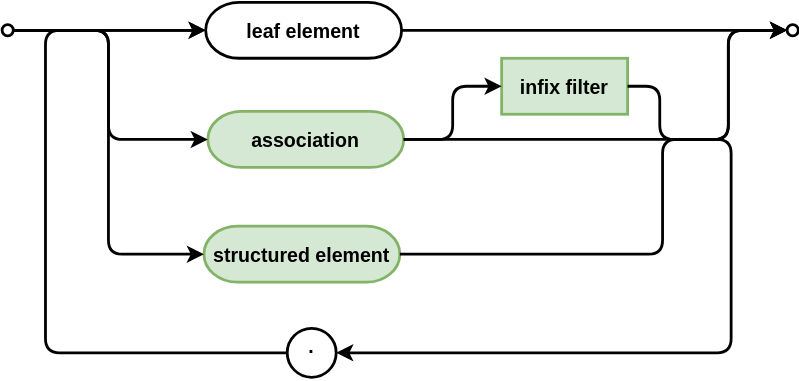
This is cds/assets/cxl/ref.drawio.svg from capire/docs, a draw.io export, as it was before one commit. Source tidied: cells renumbered, new cells last; positions are measured from the earlier drawing's top-left corner, leaving out a move shared by most shapes.
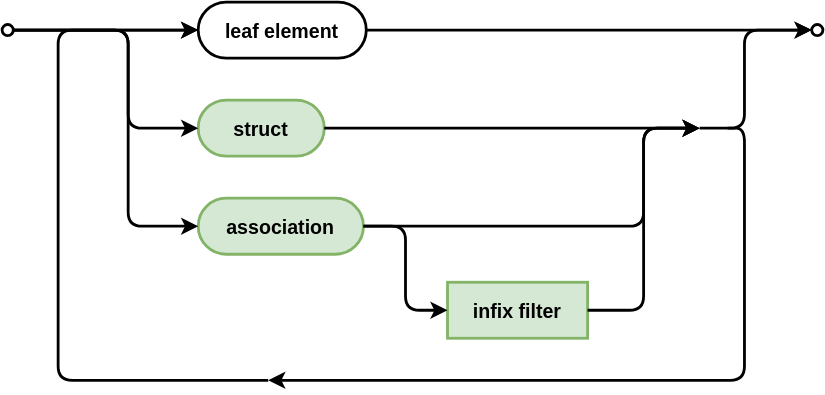
Above is the later version.

Commit message:
polished syntax diagram

The edit, as a diff of the source:
```diff
@@ -6,86 +6,89 @@
       <mxGeometry relative="1" as="geometry" />
     </mxCell>
     <mxCell id="3" style="ellipse;whiteSpace=wrap;html=1;strokeWidth=2;fontSize=14;verticalAlign=bottom;fontStyle=1;textDirection=ltr;" parent="1" vertex="1">
-      <mxGeometry y="16" width="8" height="8" as="geometry" />
+      <mxGeometry x="-95" y="-28" width="8" height="8" as="geometry" />
     </mxCell>
-    <mxCell id="4" style="ellipse;whiteSpace=wrap;html=1;strokeWidth=2;fontSize=14;verticalAlign=bottom;fontStyle=1;textDirection=ltr;" parent="1" vertex="1">
-      <mxGeometry x="561" y="16" width="8" height="8" as="geometry" />
-    </mxCell>
     <mxCell id="5" style="edgeStyle=elbowEdgeStyle;html=1;labelBackgroundColor=none;rounded=1;elbow=horizontal;endArrow=classic;endFill=1;align=left;exitX=1;exitY=0.5;exitDx=0;exitDy=0;entryX=0;entryY=0.5;entryDx=0;entryDy=0;strokeWidth=2;fontSize=14;verticalAlign=bottom;fontStyle=1;textDirection=ltr;" parent="1" edge="1" source="6" target="4">
       <mxGeometry relative="1" as="geometry" />
     </mxCell>
     <object id="6" label="leaf element" placeholders="1">
-      <mxCell style="align=center;newEdgeStyle={&quot;edgeStyle&quot;:&quot;entityRelationEdgeStyle&quot;,&quot;startArrow&quot;:&quot;none&quot;,&quot;endArrow&quot;:&quot;none&quot;,&quot;segment&quot;:10,&quot;curved&quot;:1,&quot;sourcePerimeterSpacing&quot;:0,&quot;targetPerimeterSpacing&quot;:0};strokeWidth=2;fontSize=14;verticalAlign=middle;fontStyle=1;textDirection=ltr;spacing=4;rounded=1;arcSize=60;" parent="1" vertex="1">
-        <mxGeometry x="145.5" width="140" height="40" as="geometry" />
+      <mxCell style="align=center;newEdgeStyle={&quot;edgeStyle&quot;:&quot;entityRelationEdgeStyle&quot;,&quot;startArrow&quot;:&quot;none&quot;,&quot;endArrow&quot;:&quot;none&quot;,&quot;segment&quot;:10,&quot;curved&quot;:1,&quot;sourcePerimeterSpacing&quot;:0,&quot;targetPerimeterSpacing&quot;:0};strokeWidth=2;fontSize=14;verticalAlign=middle;fontStyle=1;textDirection=ltr;spacing=4;rounded=1;arcSize=50;" parent="1" vertex="1">
+        <mxGeometry x="45" y="-44" width="120" height="40" as="geometry" />
       </mxCell>
     </object>
-    <mxCell id="7" value="structured element" style="align=center;newEdgeStyle={&quot;edgeStyle&quot;:&quot;entityRelationEdgeStyle&quot;,&quot;startArrow&quot;:&quot;none&quot;,&quot;endArrow&quot;:&quot;none&quot;,&quot;segment&quot;:10,&quot;curved&quot;:1,&quot;sourcePerimeterSpacing&quot;:0,&quot;targetPerimeterSpacing&quot;:0};fontStyle=1;verticalAlign=middle;fontSize=14;textDirection=ltr;strokeWidth=2;fillColor=#d5e8d4;strokeColor=#82b366;rounded=1;arcSize=60;" parent="1" vertex="1">
-      <mxGeometry x="144.2" y="160" width="140" height="40" as="geometry" />
+    <mxCell id="7" value="struct" style="align=center;newEdgeStyle={&quot;edgeStyle&quot;:&quot;entityRelationEdgeStyle&quot;,&quot;startArrow&quot;:&quot;none&quot;,&quot;endArrow&quot;:&quot;none&quot;,&quot;segment&quot;:10,&quot;curved&quot;:1,&quot;sourcePerimeterSpacing&quot;:0,&quot;targetPerimeterSpacing&quot;:0};fontStyle=1;verticalAlign=middle;fontSize=14;textDirection=ltr;strokeWidth=2;fillColor=#d5e8d4;strokeColor=#82b366;rounded=1;arcSize=50;" parent="1" vertex="1">
+      <mxGeometry x="45" y="26" width="90" height="40" as="geometry" />
     </mxCell>
-    <mxCell id="8" value="association" style="align=center;newEdgeStyle={&quot;edgeStyle&quot;:&quot;entityRelationEdgeStyle&quot;,&quot;startArrow&quot;:&quot;none&quot;,&quot;endArrow&quot;:&quot;none&quot;,&quot;segment&quot;:10,&quot;curved&quot;:1,&quot;sourcePerimeterSpacing&quot;:0,&quot;targetPerimeterSpacing&quot;:0};fontStyle=1;verticalAlign=middle;fontSize=14;textDirection=ltr;strokeWidth=2;fillColor=#d5e8d4;strokeColor=#82b366;rounded=1;arcSize=60;" parent="1" vertex="1">
-      <mxGeometry x="147" y="78" width="140" height="40" as="geometry" />
+    <mxCell id="8" value="association" style="align=center;newEdgeStyle={&quot;edgeStyle&quot;:&quot;entityRelationEdgeStyle&quot;,&quot;startArrow&quot;:&quot;none&quot;,&quot;endArrow&quot;:&quot;none&quot;,&quot;segment&quot;:10,&quot;curved&quot;:1,&quot;sourcePerimeterSpacing&quot;:0,&quot;targetPerimeterSpacing&quot;:0};fontStyle=1;verticalAlign=middle;fontSize=14;textDirection=ltr;strokeWidth=2;fillColor=#d5e8d4;strokeColor=#82b366;rounded=1;arcSize=50;" parent="1" vertex="1">
+      <mxGeometry x="45" y="96" width="118" height="40" as="geometry" />
     </mxCell>
     <mxCell id="9" value="infix filter" style="rounded=0;strokeWidth=2;arcSize=37;fontStyle=1;verticalAlign=middle;fontSize=14;textDirection=ltr;fillColor=#d5e8d4;strokeColor=#82b366;" parent="1" vertex="1">
-      <mxGeometry x="357" y="40" width="90" height="40" as="geometry" />
+      <mxGeometry x="223" y="156" width="100" height="40" as="geometry" />
     </mxCell>
-    <mxCell id="10" style="edgeStyle=orthogonalEdgeStyle;rounded=1;jettySize=auto;exitX=1;exitY=0.5;exitDx=0;exitDy=0;startArrow=none;startFill=0;endArrow=classic;endFill=1;startSize=6;endSize=6;align=center;fontSize=12;labelBackgroundColor=none;entryX=0;entryY=0.5;entryDx=0;entryDy=0;strokeWidth=2;verticalAlign=bottom;" parent="1" edge="1" source="9" target="4">
-      <mxGeometry relative="1" as="geometry">
-        <Array as="points">
-          <mxPoint x="470" y="60" />
-          <mxPoint x="470" y="98" />
-          <mxPoint x="519" y="98" />
-          <mxPoint x="519" y="20" />
-        </Array>
-      </mxGeometry>
-    </mxCell>
-    <mxCell id="11" style="edgeStyle=orthogonalEdgeStyle;rounded=1;jettySize=auto;html=1;startArrow=none;startFill=0;endArrow=classic;endFill=1;startSize=6;endSize=6;align=center;fontSize=12;labelBackgroundColor=none;entryX=0;entryY=0.5;entryDx=0;entryDy=0;exitX=1;exitY=0.5;exitDx=0;exitDy=0;strokeWidth=2;verticalAlign=bottom;" parent="1" edge="1" source="3" target="7">
+    <mxCell id="11" style="edgeStyle=elbowEdgeStyle;rounded=1;jettySize=auto;html=1;startArrow=none;startFill=0;endArrow=classic;endFill=1;startSize=6;endSize=6;align=center;fontSize=12;labelBackgroundColor=none;exitX=1;exitY=0.5;exitDx=0;exitDy=0;strokeWidth=2;verticalAlign=bottom;entryX=0;entryY=0.5;entryDx=0;entryDy=0;" parent="1" edge="1" source="3" target="7">
       <mxGeometry relative="1" as="geometry">
         <Array as="points">
-          <mxPoint x="76" y="20" />
-          <mxPoint x="76" y="180" />
+          <mxPoint x="-5" y="56" />
         </Array>
       </mxGeometry>
     </mxCell>
-    <mxCell id="12" style="edgeStyle=orthogonalEdgeStyle;rounded=1;jettySize=auto;html=1;startArrow=none;startFill=0;endArrow=classic;endFill=1;startSize=6;endSize=6;align=center;fontSize=12;labelBackgroundColor=none;exitX=1;exitY=0.5;exitDx=0;exitDy=0;entryX=0;entryY=0.5;entryDx=0;entryDy=0;strokeWidth=2;verticalAlign=bottom;" parent="1" edge="1" source="3" target="8">
+    <mxCell id="12" style="edgeStyle=elbowEdgeStyle;rounded=1;jettySize=auto;html=1;startArrow=none;startFill=0;endArrow=classic;endFill=1;startSize=6;endSize=6;align=center;fontSize=12;labelBackgroundColor=none;exitX=1;exitY=0.5;exitDx=0;exitDy=0;entryX=0;entryY=0.5;entryDx=0;entryDy=0;strokeWidth=2;verticalAlign=bottom;" parent="1" edge="1" source="3" target="8">
       <mxGeometry relative="1" as="geometry">
         <Array as="points">
-          <mxPoint x="76" y="20" />
-          <mxPoint x="76" y="98" />
+          <mxPoint x="-5" y="16" />
         </Array>
       </mxGeometry>
     </mxCell>
     <mxCell id="13" style="edgeStyle=orthogonalEdgeStyle;rounded=1;jettySize=auto;html=1;exitX=1;exitY=0.5;exitDx=0;exitDy=0;entryX=0;entryY=0.5;entryDx=0;entryDy=0;startArrow=none;startFill=0;endArrow=classic;endFill=1;startSize=6;endSize=6;align=center;fontSize=12;labelBackgroundColor=none;strokeWidth=2;verticalAlign=bottom;" parent="1" edge="1" source="8" target="9">
       <mxGeometry relative="1" as="geometry" />
     </mxCell>
-    <mxCell id="14" style="edgeStyle=orthogonalEdgeStyle;rounded=1;jettySize=auto;html=1;exitX=1;exitY=0.5;exitDx=0;exitDy=0;startArrow=none;startFill=0;endArrow=classic;endFill=1;startSize=6;endSize=6;align=center;fontSize=12;labelBackgroundColor=none;entryX=1;entryY=0.5;entryDx=0;entryDy=0;strokeWidth=2;verticalAlign=bottom;" parent="1" edge="1" source="8" target="15">
-      <mxGeometry relative="1" as="geometry">
-        <Array as="points">
-          <mxPoint x="521" y="98" />
-          <mxPoint x="521" y="251" />
-          <mxPoint x="239" y="251" />
-        </Array>
-      </mxGeometry>
-    </mxCell>
-    <mxCell id="15" value="." style="fontStyle=1;fontSize=14;verticalAlign=middle;spacingBottom=11;strokeWidth=2;textDirection=ltr;spacing=0;rounded=1;arcSize=60;labelPosition=center;verticalLabelPosition=middle;align=center;" parent="1" vertex="1">
-      <mxGeometry x="203.8" y="233" width="35" height="35" as="geometry" />
-    </mxCell>
-    <mxCell id="16" style="edgeStyle=orthogonalEdgeStyle;rounded=1;jettySize=auto;html=1;exitX=0;exitY=0.5;exitDx=0;exitDy=0;entryX=0;entryY=0.5;entryDx=0;entryDy=0;startArrow=none;startFill=0;endArrow=classic;endFill=1;startSize=6;endSize=6;align=center;fontSize=12;labelBackgroundColor=none;strokeWidth=2;verticalAlign=bottom;" parent="1" edge="1" source="15" target="6">
-      <mxGeometry relative="1" as="geometry">
-        <Array as="points">
-          <mxPoint x="31" y="251" />
-          <mxPoint x="31" y="20" />
-        </Array>
-      </mxGeometry>
-    </mxCell>
-    <mxCell id="17" style="edgeStyle=orthogonalEdgeStyle;rounded=1;jettySize=auto;html=1;exitX=1;exitY=0.5;exitDx=0;exitDy=0;entryX=0;entryY=0.5;entryDx=0;entryDy=0;startArrow=none;startFill=0;endArrow=classic;endFill=1;startSize=6;endSize=6;align=center;fontSize=12;labelBackgroundColor=none;strokeWidth=2;verticalAlign=bottom;" parent="1" edge="1" source="7" target="4">
-      <mxGeometry relative="1" as="geometry">
-        <Array as="points">
-          <mxPoint x="472" y="180" />
-          <mxPoint x="472" y="98" />
-          <mxPoint x="519" y="98" />
-          <mxPoint x="519" y="20" />
-        </Array>
-      </mxGeometry>
-    </mxCell>
+    <mxCell id="18" style="edgeStyle=elbowEdgeStyle;rounded=1;jettySize=auto;html=1;startArrow=none;startFill=0;endArrow=classic;endFill=1;startSize=6;endSize=6;align=center;fontSize=12;labelBackgroundColor=none;strokeWidth=2;verticalAlign=bottom;entryX=0;entryY=0.5;entryDx=0;entryDy=0;exitX=1;exitY=0.5;exitDx=0;exitDy=0;" parent="1" edge="1" source="8" target="23">
+      <mxGeometry relative="1" as="geometry">
+        <Array as="points">
+          <mxPoint x="363" y="96" />
+        </Array>
+      </mxGeometry>
+    </mxCell>
+    <mxCell id="19" style="edgeStyle=orthogonalEdgeStyle;rounded=1;jettySize=auto;html=1;startArrow=none;startFill=0;endArrow=classic;endFill=1;startSize=6;endSize=6;align=center;fontSize=12;labelBackgroundColor=none;strokeWidth=2;verticalAlign=bottom;entryX=0;entryY=0.5;entryDx=0;entryDy=0;" parent="1" edge="1" source="7" target="23">
+      <mxGeometry relative="1" as="geometry" />
+    </mxCell>
+    <mxCell id="20" style="edgeStyle=orthogonalEdgeStyle;rounded=1;jettySize=auto;html=1;startArrow=none;startFill=0;endArrow=classic;endFill=1;startSize=6;endSize=6;align=center;fontSize=12;labelBackgroundColor=none;strokeWidth=2;verticalAlign=bottom;exitX=1;exitY=0.5;exitDx=0;exitDy=0;" parent="1" edge="1" source="25" target="6">
+      <mxGeometry relative="1" as="geometry">
+        <Array as="points">
+          <mxPoint x="-55" y="226" />
+          <mxPoint x="-55" y="-24" />
+        </Array>
+      </mxGeometry>
+    </mxCell>
+    <mxCell id="21" style="edgeStyle=elbowEdgeStyle;rounded=1;jettySize=auto;html=1;startArrow=none;startFill=0;endArrow=classic;endFill=1;startSize=6;endSize=6;align=center;fontSize=12;labelBackgroundColor=none;strokeWidth=2;verticalAlign=bottom;entryX=0;entryY=0.5;entryDx=0;entryDy=0;" parent="1" edge="1" source="9" target="23">
+      <mxGeometry relative="1" as="geometry">
+        <Array as="points">
+          <mxPoint x="363" y="126" />
+        </Array>
+      </mxGeometry>
+    </mxCell>
+    <mxCell id="22" style="edgeStyle=elbowEdgeStyle;rounded=1;jettySize=auto;html=1;startArrow=none;startFill=0;endArrow=classic;endFill=1;startSize=6;endSize=6;align=center;fontSize=12;labelBackgroundColor=none;strokeWidth=2;verticalAlign=bottom;exitX=0;exitY=0.5;exitDx=0;exitDy=0;" parent="1" edge="1" source="23" target="4">
+      <mxGeometry relative="1" as="geometry">
+        <Array as="points">
+          <mxPoint x="435" y="16" />
+        </Array>
+      </mxGeometry>
+    </mxCell>
+    <mxCell id="4" style="ellipse;whiteSpace=wrap;html=1;strokeWidth=2;fontSize=14;verticalAlign=bottom;fontStyle=1;textDirection=ltr;" parent="1" vertex="1">
+      <mxGeometry x="483" y="-28" width="8" height="8" as="geometry" />
+    </mxCell>
+    <mxCell id="23" style="ellipse;whiteSpace=wrap;html=1;strokeColor=none;fontSize=13;fillColor=none;" parent="1" vertex="1">
+      <mxGeometry x="403" y="36" width="20" height="20" as="geometry" />
+    </mxCell>
+    <mxCell id="24" style="edgeStyle=elbowEdgeStyle;rounded=1;jettySize=auto;html=1;startArrow=none;startFill=0;endArrow=classic;endFill=1;startSize=6;endSize=6;align=center;fontSize=12;labelBackgroundColor=none;strokeWidth=2;verticalAlign=bottom;exitX=1;exitY=0.5;exitDx=0;exitDy=0;entryX=1;entryY=0.5;entryDx=0;entryDy=0;" parent="1" edge="1" source="23" target="25">
+      <mxGeometry relative="1" as="geometry">
+        <Array as="points">
+          <mxPoint x="435" y="146" />
+        </Array>
+      </mxGeometry>
+    </mxCell>
+    <mxCell id="25" style="ellipse;whiteSpace=wrap;html=1;strokeColor=none;fontSize=13;fillColor=none;" parent="1" vertex="1">
+      <mxGeometry x="75" y="216" width="20" height="20" as="geometry" />
+    </mxCell>
   </root>
 </mxGraphModel>
```
